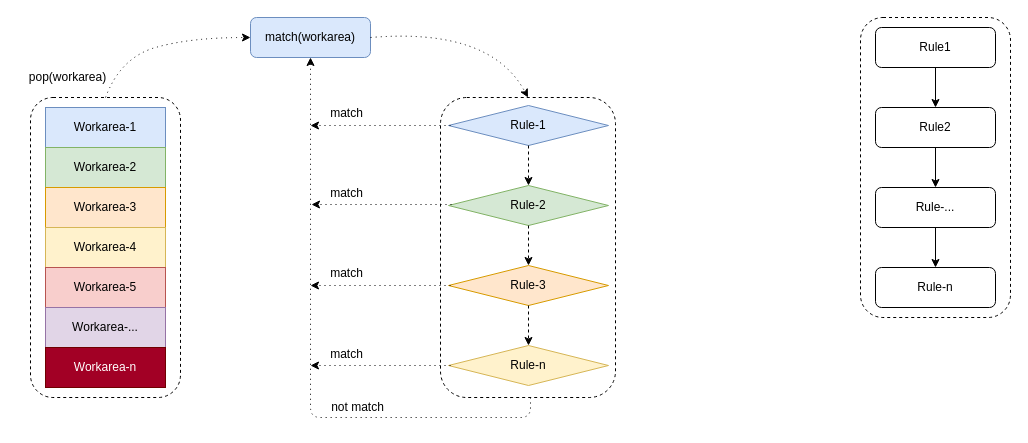
Above: page "Page-5" (5 of 5) of nxladmin.drawio in linfenwen/draw_io (draw.io), before the change. Source tidied: cells renumbered, new cells numbered last; positions are measured from the earlier drawing's top-left corner, leaving out a move shared by most shapes. Both pictures are drawn from the tidied source at 100%, with x=0, y=0 at pixel (17, 17).
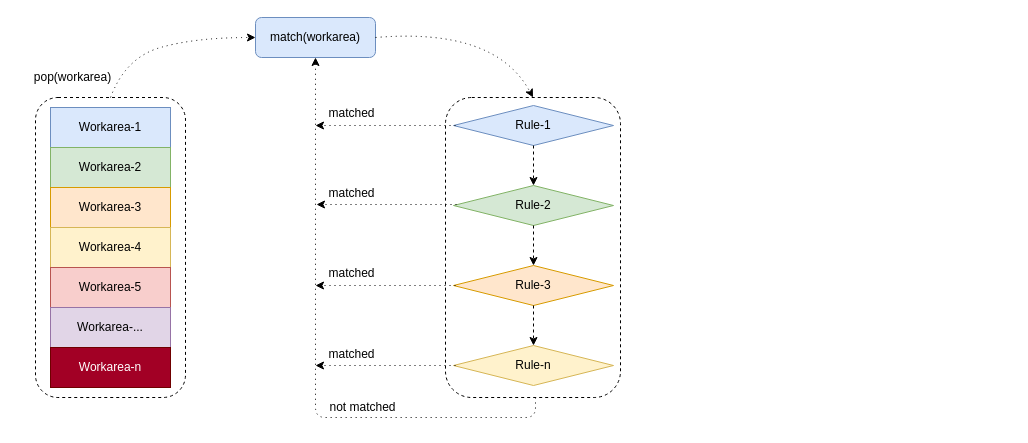
Above is the later version.

The change refers to these unchanged cells:
```xml
<mxCell id="11" style="rounded=1;whiteSpace=wrap;html=1;dashed=1;" parent="10" vertex="1">
  <mxGeometry width="175" height="300" as="geometry" />
</mxCell>
<mxCell id="20" style="rounded=1;whiteSpace=wrap;html=1;dashed=1;" parent="19" vertex="1">
  <mxGeometry width="150" height="300" as="geometry" />
</mxCell>
```

The edit, as a diff of the source:
```diff
@@
-    <mxCell id="2" style="rounded=1;whiteSpace=wrap;html=1;dashed=1;" parent="1" vertex="1">
-      <mxGeometry x="843" width="150" height="300" as="geometry" />
-    </mxCell>
-    <mxCell id="3" style="edgeStyle=orthogonalEdgeStyle;rounded=0;jettySize=auto;html=1;" parent="1" edge="1" source="4" target="6">
-      <mxGeometry relative="1" as="geometry" />
-    </mxCell>
-    <mxCell id="4" value="Rule1" style="rounded=1;whiteSpace=wrap;html=1;" parent="1" vertex="1">
-      <mxGeometry x="858" y="10" width="120" height="40" as="geometry" />
-    </mxCell>
-    <mxCell id="5" style="edgeStyle=orthogonalEdgeStyle;rounded=0;jettySize=auto;html=1;" parent="1" edge="1" source="6" target="8">
-      <mxGeometry relative="1" as="geometry" />
-    </mxCell>
-    <mxCell id="6" value="Rule2" style="rounded=1;whiteSpace=wrap;html=1;" parent="1" vertex="1">
-      <mxGeometry x="858" y="90" width="120" height="40" as="geometry" />
-    </mxCell>
-    <mxCell id="7" style="edgeStyle=orthogonalEdgeStyle;rounded=0;jettySize=auto;html=1;" parent="1" edge="1" source="8" target="9">
-      <mxGeometry relative="1" as="geometry" />
-    </mxCell>
-    <mxCell id="8" value="Rule-..." style="rounded=1;whiteSpace=wrap;html=1;" parent="1" vertex="1">
-      <mxGeometry x="858" y="170" width="120" height="40" as="geometry" />
-    </mxCell>
-    <mxCell id="9" value="Rule-n" style="rounded=1;whiteSpace=wrap;html=1;" parent="1" vertex="1">
-      <mxGeometry x="858" y="250" width="120" height="40" as="geometry" />
-    </mxCell>
     <mxCell id="10" style="group;" parent="1" vertex="1">
-      <mxGeometry x="423" y="80" width="175" height="300" as="geometry" />
+      <mxGeometry x="428" y="80" width="175" height="300" as="geometry" />
     </mxCell>
@@
     <mxCell id="19" style="group;" parent="1" vertex="1">
-      <mxGeometry x="13" y="80" width="150" height="300" as="geometry" />
+      <mxGeometry x="18" y="80" width="150" height="300" as="geometry" />
     </mxCell>
@@
     <mxCell id="28" value="match(workarea)" style="rounded=1;whiteSpace=wrap;html=1;fillColor=#dae8fc;strokeColor=#6c8ebf;" parent="1" vertex="1">
-      <mxGeometry x="233" width="120" height="40" as="geometry" />
+      <mxGeometry x="238" width="120" height="40" as="geometry" />
     </mxCell>
     <mxCell id="29" style="curved=1;endArrow=classic;html=1;exitX=0.5;exitY=0;exitDx=0;exitDy=0;entryX=0;entryY=0.5;entryDx=0;entryDy=0;dashed=1;dashPattern=1 4;" parent="1" edge="1" source="20" target="28">
       <mxGeometry relative="1" as="geometry">
         <Array as="points">
-          <mxPoint x="103" y="40" />
-          <mxPoint x="173" y="20" />
+          <mxPoint x="108" y="40" />
+          <mxPoint x="178" y="20" />
         </Array>
       </mxGeometry>
     </mxCell>
     <mxCell id="30" value="pop(workarea)" style="text;html=1;align=center;verticalAlign=middle;strokeColor=none;" parent="1" vertex="1">
-      <mxGeometry y="50" width="100" height="20" as="geometry" />
+      <mxGeometry x="5" y="50" width="100" height="20" as="geometry" />
     </mxCell>
     <mxCell id="31" style="curved=1;endArrow=classic;html=1;dashed=1;dashPattern=1 4;exitX=1;exitY=0.5;exitDx=0;exitDy=0;entryX=0.5;entryY=0;entryDx=0;entryDy=0;" parent="1" edge="1" source="28" target="11">
       <mxGeometry relative="1" as="geometry">
         <Array as="points">
-          <mxPoint x="473" y="10" />
+          <mxPoint x="478" y="10" />
         </Array>
       </mxGeometry>
     </mxCell>
     <mxCell id="32" style="endArrow=classic;html=1;dashed=1;dashPattern=1 4;edgeStyle=orthogonalEdgeStyle;entryX=0.5;entryY=1;entryDx=0;entryDy=0;" parent="1" edge="1" target="28">
       <mxGeometry relative="1" as="geometry">
-        <mxPoint x="513" y="380" as="sourcePoint" />
+        <mxPoint x="518" y="380" as="sourcePoint" />
         <Array as="points">
-          <mxPoint x="513" y="400" />
-          <mxPoint x="293" y="400" />
+          <mxPoint x="518" y="400" />
+          <mxPoint x="298" y="400" />
         </Array>
       </mxGeometry>
     </mxCell>
-    <mxCell id="33" value="not match" style="text;html=1;align=center;verticalAlign=middle;strokeColor=none;" parent="1" vertex="1">
-      <mxGeometry x="305" y="380" width="70" height="20" as="geometry" />
+    <mxCell id="33" value="not matched" style="text;html=1;align=center;verticalAlign=middle;strokeColor=none;" parent="1" vertex="1">
+      <mxGeometry x="305" y="380" width="80" height="20" as="geometry" />
     </mxCell>
     <mxCell id="34" style="endArrow=classic;html=1;dashed=1;dashPattern=1 4;" parent="1" edge="1">
       <mxGeometry relative="1" as="geometry">
-        <mxPoint x="433" y="108" as="sourcePoint" />
-        <mxPoint x="293" y="108" as="targetPoint" />
+        <mxPoint x="438" y="108" as="sourcePoint" />
+        <mxPoint x="298" y="108" as="targetPoint" />
       </mxGeometry>
     </mxCell>
     <mxCell id="35" style="endArrow=classic;html=1;dashed=1;dashPattern=1 4;" parent="1" edge="1">
       <mxGeometry relative="1" as="geometry">
-        <mxPoint x="434" y="187" as="sourcePoint" />
-        <mxPoint x="294" y="187" as="targetPoint" />
+        <mxPoint x="439" y="187" as="sourcePoint" />
+        <mxPoint x="299" y="187" as="targetPoint" />
       </mxGeometry>
     </mxCell>
     <mxCell id="36" style="endArrow=classic;html=1;dashed=1;dashPattern=1 4;" parent="1" edge="1">
       <mxGeometry relative="1" as="geometry">
-        <mxPoint x="433" y="268" as="sourcePoint" />
-        <mxPoint x="293" y="268" as="targetPoint" />
+        <mxPoint x="438" y="268" as="sourcePoint" />
+        <mxPoint x="298" y="268" as="targetPoint" />
       </mxGeometry>
     </mxCell>
     <mxCell id="37" style="endArrow=classic;html=1;dashed=1;dashPattern=1 4;" parent="1" edge="1">
       <mxGeometry relative="1" as="geometry">
-        <mxPoint x="433" y="348" as="sourcePoint" />
-        <mxPoint x="293" y="348" as="targetPoint" />
+        <mxPoint x="438" y="348" as="sourcePoint" />
+        <mxPoint x="298" y="348" as="targetPoint" />
       </mxGeometry>
     </mxCell>
-    <mxCell id="38" value="match" style="text;html=1;align=center;verticalAlign=middle;strokeColor=none;" parent="1" vertex="1">
-      <mxGeometry x="304" y="86" width="50" height="20" as="geometry" />
+    <mxCell id="38" value="matched" style="text;html=1;align=center;verticalAlign=middle;strokeColor=none;" parent="1" vertex="1">
+      <mxGeometry x="304" y="86" width="60" height="20" as="geometry" />
     </mxCell>
-    <mxCell id="39" value="match" style="text;html=1;align=center;verticalAlign=middle;strokeColor=none;" parent="1" vertex="1">
-      <mxGeometry x="304" y="166" width="50" height="20" as="geometry" />
+    <mxCell id="39" value="matched" style="text;html=1;align=center;verticalAlign=middle;strokeColor=none;" parent="1" vertex="1">
+      <mxGeometry x="304" y="166" width="60" height="20" as="geometry" />
     </mxCell>
-    <mxCell id="40" value="match" style="text;html=1;align=center;verticalAlign=middle;strokeColor=none;" parent="1" vertex="1">
-      <mxGeometry x="304" y="246" width="50" height="20" as="geometry" />
+    <mxCell id="40" value="matched" style="text;html=1;align=center;verticalAlign=middle;strokeColor=none;" parent="1" vertex="1">
+      <mxGeometry x="304" y="246" width="60" height="20" as="geometry" />
     </mxCell>
-    <mxCell id="41" value="match" style="text;html=1;align=center;verticalAlign=middle;strokeColor=none;" parent="1" vertex="1">
-      <mxGeometry x="304" y="327" width="50" height="20" as="geometry" />
+    <mxCell id="41" value="matched" style="text;html=1;align=center;verticalAlign=middle;strokeColor=none;" parent="1" vertex="1">
+      <mxGeometry x="304" y="327" width="60" height="20" as="geometry" />
     </mxCell>
```
